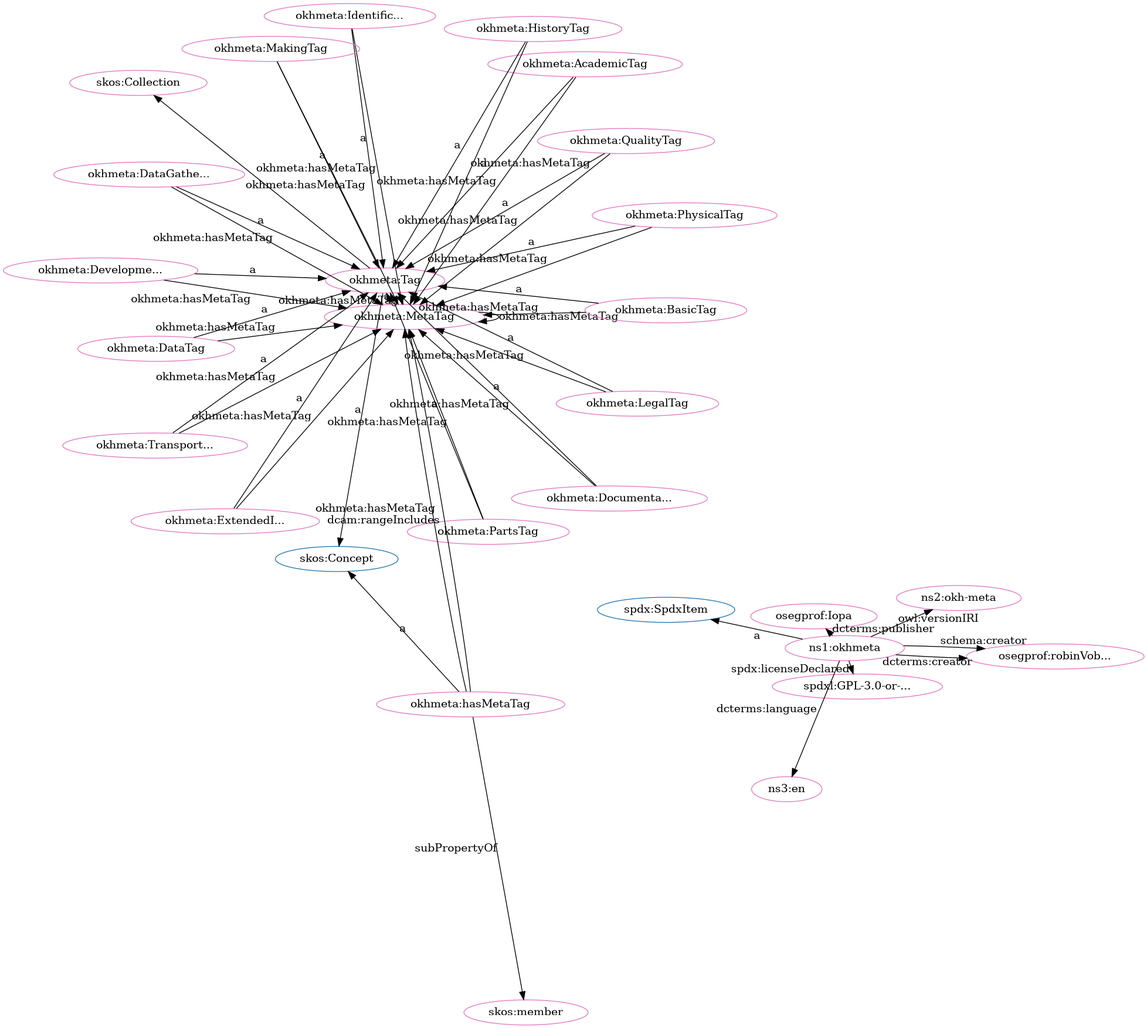
iop-alliance/OpenKnowHow keeps this Graphviz diagram as src/spec/fdp_okh-meta-clean.png. Above is the earlier version. Its source is kept beside it as src/spec/fdp_okh-meta-clean.dot.
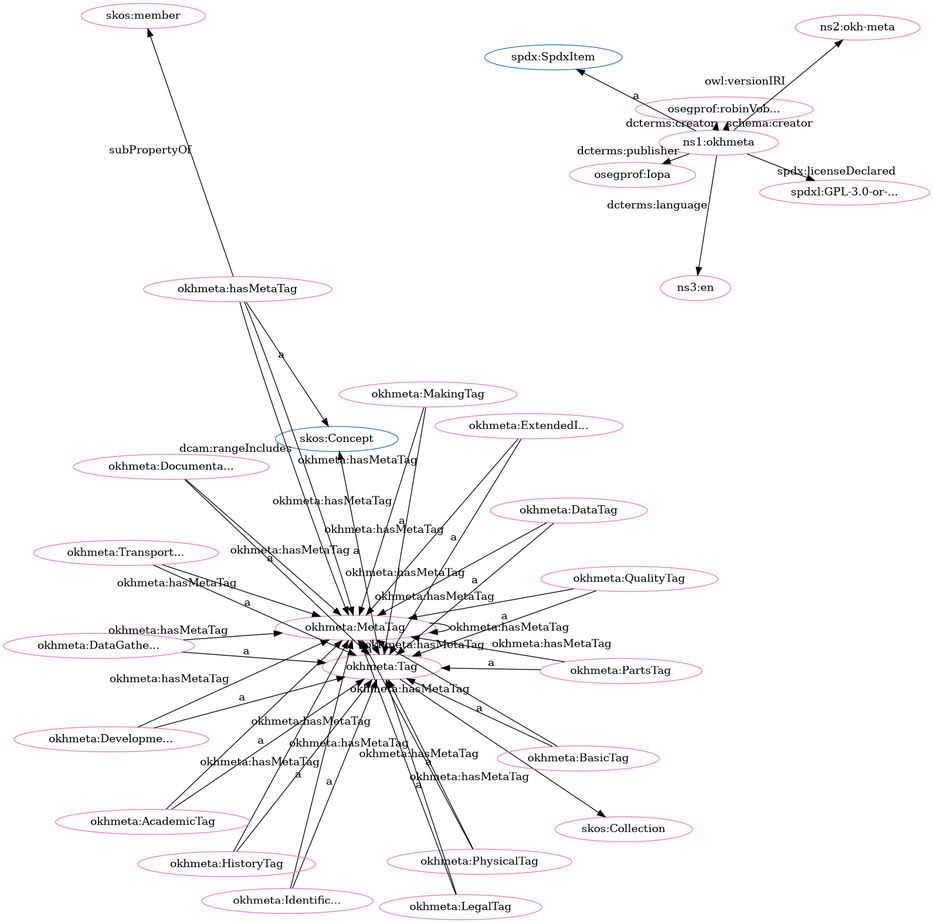
Above is the later version.

The edit, as a diff of the source:
```diff
@@ -1,80 +1,80 @@
 digraph G {
   rankdir=BT
   node[height=.3]
+"http://spdx.org/rdf/terms#SpdxItem" [fillcolor="#1f77b4" color="#1f77b4" label="spdx:SpdxItem"]
 "http://www.w3.org/2004/02/skos/core#Collection" [fillcolor="#1f77b4" color="#1f77b4" label="skos:Collection"]
 "http://w3id.org/oseg/ont/okhmeta#Tag" [fillcolor="#1f77b4" color="#1f77b4" label="okhmeta:Tag"]
-"http://spdx.org/rdf/terms#SpdxItem" [fillcolor="#1f77b4" color="#1f77b4" label="spdx:SpdxItem"]
 "http://www.w3.org/2004/02/skos/core#Concept" [fillcolor="#1f77b4" color="#1f77b4" label="skos:Concept"]
-"http://w3id.org/oseg/ont/okhmeta#Tag" [fillcolor="#e377c2" color="#e377c2" label="okhmeta:Tag"]
-"http://w3id.org/oseg/ont/okhmeta#PhysicalTag" [fillcolor="#e377c2" color="#e377c2" label="okhmeta:PhysicalTag"]
-"http://w3id.org/oseg/ont/okhmeta#MetaTag" [fillcolor="#e377c2" color="#e377c2" label="okhmeta:MetaTag"]
-"http://w3id.org/oseg/ont/okhmeta#DataTag" [fillcolor="#e377c2" color="#e377c2" label="okhmeta:DataTag"]
-"http://w3id.org/oseg/ont/okhmeta#DevelopmentTag" [fillcolor="#e377c2" color="#e377c2" label="okhmeta:Developme..."]
-"http://w3id.org/oseg/ont/okhmeta#IdentificationTag" [fillcolor="#e377c2" color="#e377c2" label="okhmeta:Identific..."]
-"http://w3id.org/oseg/ont/okhmeta#TransportationTag" [fillcolor="#e377c2" color="#e377c2" label="okhmeta:Transport..."]
-"http://www.w3.org/2004/02/skos/core#Collection" [fillcolor="#e377c2" color="#e377c2" label="skos:Collection"]
-"http://www.w3.org/2004/02/skos/core#member" [fillcolor="#e377c2" color="#e377c2" label="skos:member"]
+"http://w3id.org/oseg/ont/okhmeta#QualityTag" [fillcolor="#e377c2" color="#e377c2" label="okhmeta:QualityTag"]
 "http://w3id.org/oseg/ont/okhmeta#PartsTag" [fillcolor="#e377c2" color="#e377c2" label="okhmeta:PartsTag"]
 "http://spdx.org/licenses/GPL-3.0-or-later" [fillcolor="#e377c2" color="#e377c2" label="spdxl:GPL-3.0-or-..."]
+"http://w3id.org/oseg/ont/okhmeta#TransportationTag" [fillcolor="#e377c2" color="#e377c2" label="okhmeta:Transport..."]
+"http://w3id.org/oseg/ont/okhmeta#MetaTag" [fillcolor="#e377c2" color="#e377c2" label="okhmeta:MetaTag"]
+"http://w3id.org/oseg/ont/oseg-profiles#Iopa" [fillcolor="#e377c2" color="#e377c2" label="osegprof:Iopa"]
+"http://w3id.org/oseg/ont/okhmeta#IdentificationTag" [fillcolor="#e377c2" color="#e377c2" label="okhmeta:Identific..."]
+"http://w3id.org/oseg/ont/oseg-profiles#robinVobruba" [fillcolor="#e377c2" color="#e377c2" label="osegprof:robinVob..."]
+"http://w3id.org/oseg/ont/okhmeta#HistoryTag" [fillcolor="#e377c2" color="#e377c2" label="okhmeta:HistoryTag"]
+"http://w3id.org/oseg/ont/okhmeta#BasicTag" [fillcolor="#e377c2" color="#e377c2" label="okhmeta:BasicTag"]
+"http://w3id.org/oseg/ont/okhmeta" [fillcolor="#e377c2" color="#e377c2" label="ns1:okhmeta"]
+"http://w3id.org/oseg/ont/okhmeta#DataTag" [fillcolor="#e377c2" color="#e377c2" label="okhmeta:DataTag"]
+"http://www.w3.org/2004/02/skos/core#Collection" [fillcolor="#e377c2" color="#e377c2" label="skos:Collection"]
+"http://w3id.org/oseg/ont/okhmeta#DataGatheringTag" [fillcolor="#e377c2" color="#e377c2" label="okhmeta:DataGathe..."]
+"http://w3id.org/oseg/ont/okhmeta#MakingTag" [fillcolor="#e377c2" color="#e377c2" label="okhmeta:MakingTag"]
 "http://w3id.org/oseg/ont/okhmeta#hasMetaTag" [fillcolor="#e377c2" color="#e377c2" label="okhmeta:hasMetaTag"]
-"http://w3id.org/oseg/ont/okhmeta#QualityTag" [fillcolor="#e377c2" color="#e377c2" label="okhmeta:QualityTag"]
+"http://w3id.org/oseg/ont/okhmeta#ExtendedInfoTag" [fillcolor="#e377c2" color="#e377c2" label="okhmeta:ExtendedI..."]
+"http://w3id.org/oseg/ont/okhmeta#PhysicalTag" [fillcolor="#e377c2" color="#e377c2" label="okhmeta:PhysicalTag"]
+"http://w3id.org/oseg/ont/1.1.0/okh-meta" [fillcolor="#e377c2" color="#e377c2" label="ns2:okh-meta"]
+"http://w3id.org/oseg/ont/okhmeta#LegalTag" [fillcolor="#e377c2" color="#e377c2" label="okhmeta:LegalTag"]
+"http://w3id.org/oseg/ont/okhmeta#DevelopmentTag" [fillcolor="#e377c2" color="#e377c2" label="okhmeta:Developme..."]
+"http://www.w3.org/2004/02/skos/core#member" [fillcolor="#e377c2" color="#e377c2" label="skos:member"]
+"http://id.loc.gov/vocabulary/iso639-1/en" [fillcolor="#e377c2" color="#e377c2" label="ns3:en"]
 "http://w3id.org/oseg/ont/okhmeta#AcademicTag" [fillcolor="#e377c2" color="#e377c2" label="okhmeta:AcademicTag"]
-"http://w3id.org/oseg/ont/okhmeta" [fillcolor="#e377c2" color="#e377c2" label="ns1:okhmeta"]
 "http://w3id.org/oseg/ont/okhmeta#DocumentationTag" [fillcolor="#e377c2" color="#e377c2" label="okhmeta:Documenta..."]
-"http://w3id.org/oseg/ont/oseg-profiles#Iopa" [fillcolor="#e377c2" color="#e377c2" label="osegprof:Iopa"]
-"http://w3id.org/oseg/ont/okhmeta#HistoryTag" [fillcolor="#e377c2" color="#e377c2" label="okhmeta:HistoryTag"]
-"http://w3id.org/oseg/ont/okhmeta#LegalTag" [fillcolor="#e377c2" color="#e377c2" label="okhmeta:LegalTag"]
-"http://w3id.org/oseg/ont/okhmeta#DataGatheringTag" [fillcolor="#e377c2" color="#e377c2" label="okhmeta:DataGathe..."]
-"http://w3id.org/oseg/ont/oseg-profiles#robinVobruba" [fillcolor="#e377c2" color="#e377c2" label="osegprof:robinVob..."]
-"http://w3id.org/oseg/ont/okhmeta#BasicTag" [fillcolor="#e377c2" color="#e377c2" label="okhmeta:BasicTag"]
-"http://w3id.org/oseg/ont/okhmeta#MakingTag" [fillcolor="#e377c2" color="#e377c2" label="okhmeta:MakingTag"]
-"http://w3id.org/oseg/ont/okhmeta#ExtendedInfoTag" [fillcolor="#e377c2" color="#e377c2" label="okhmeta:ExtendedI..."]
-"http://w3id.org/oseg/ont/1.1.0/okh-meta" [fillcolor="#e377c2" color="#e377c2" label="ns2:okh-meta"]
-"http://id.loc.gov/vocabulary/iso639-1/en" [fillcolor="#e377c2" color="#e377c2" label="ns3:en"]
-  "http://w3id.org/oseg/ont/okhmeta#PhysicalTag" -> "http://w3id.org/oseg/ont/okhmeta#Tag" [label="a"]
-  "http://w3id.org/oseg/ont/okhmeta#DataTag" -> "http://w3id.org/oseg/ont/okhmeta#MetaTag" [label="okhmeta:hasMetaTag"]
-  "http://w3id.org/oseg/ont/okhmeta#DevelopmentTag" -> "http://w3id.org/oseg/ont/okhmeta#Tag" [label="a"]
-  "http://w3id.org/oseg/ont/okhmeta#IdentificationTag" -> "http://w3id.org/oseg/ont/okhmeta#MetaTag" [label="okhmeta:hasMetaTag"]
-  "http://w3id.org/oseg/ont/okhmeta#hasMetaTag" -> "http://www.w3.org/2004/02/skos/core#member" [label="subPropertyOf"]
-  "http://w3id.org/oseg/ont/okhmeta#DataGatheringTag" -> "http://w3id.org/oseg/ont/okhmeta#MetaTag" [label="okhmeta:hasMetaTag"]
-  "http://w3id.org/oseg/ont/okhmeta#QualityTag" -> "http://w3id.org/oseg/ont/okhmeta#MetaTag" [label="okhmeta:hasMetaTag"]
-  "http://w3id.org/oseg/ont/okhmeta#Tag" -> "http://w3id.org/oseg/ont/okhmeta#MetaTag" [label="okhmeta:hasMetaTag"]
-  "http://w3id.org/oseg/ont/okhmeta#AcademicTag" -> "http://w3id.org/oseg/ont/okhmeta#Tag" [label="a"]
-  "http://w3id.org/oseg/ont/okhmeta#BasicTag" -> "http://w3id.org/oseg/ont/okhmeta#MetaTag" [label="okhmeta:hasMetaTag"]
-  "http://w3id.org/oseg/ont/okhmeta#DocumentationTag" -> "http://w3id.org/oseg/ont/okhmeta#MetaTag" [label="okhmeta:hasMetaTag"]
-  "http://w3id.org/oseg/ont/okhmeta#MakingTag" -> "http://w3id.org/oseg/ont/okhmeta#MetaTag" [label="okhmeta:hasMetaTag"]
-  "http://w3id.org/oseg/ont/okhmeta" -> "http://spdx.org/rdf/terms#SpdxItem" [label="a"]
-  "http://w3id.org/oseg/ont/okhmeta#DataGatheringTag" -> "http://w3id.org/oseg/ont/okhmeta#Tag" [label="a"]
-  "http://w3id.org/oseg/ont/okhmeta" -> "http://w3id.org/oseg/ont/oseg-profiles#robinVobruba" [label="schema:creator"]
-  "http://w3id.org/oseg/ont/okhmeta#PartsTag" -> "http://w3id.org/oseg/ont/okhmeta#MetaTag" [label="okhmeta:hasMetaTag"]
-  "http://w3id.org/oseg/ont/okhmeta#hasMetaTag" -> "http://www.w3.org/2004/02/skos/core#Concept" [label="a"]
-  "http://w3id.org/oseg/ont/okhmeta#BasicTag" -> "http://w3id.org/oseg/ont/okhmeta#Tag" [label="a"]
-  "http://w3id.org/oseg/ont/okhmeta#MakingTag" -> "http://w3id.org/oseg/ont/okhmeta#Tag" [label="a"]
-  "http://w3id.org/oseg/ont/okhmeta" -> "http://w3id.org/oseg/ont/1.1.0/okh-meta" [label="owl:versionIRI"]
-  "http://w3id.org/oseg/ont/okhmeta#hasMetaTag" -> "http://w3id.org/oseg/ont/okhmeta#MetaTag" [label="okhmeta:hasMetaTag"]
-  "http://w3id.org/oseg/ont/okhmeta#HistoryTag" -> "http://w3id.org/oseg/ont/okhmeta#MetaTag" [label="okhmeta:hasMetaTag"]
-  "http://w3id.org/oseg/ont/okhmeta#Tag" -> "http://www.w3.org/2004/02/skos/core#Concept" [label="a"]
-  "http://w3id.org/oseg/ont/okhmeta#PhysicalTag" -> "http://w3id.org/oseg/ont/okhmeta#MetaTag" [label="okhmeta:hasMetaTag"]
-  "http://w3id.org/oseg/ont/okhmeta#DataTag" -> "http://w3id.org/oseg/ont/okhmeta#Tag" [label="a"]
-  "http://w3id.org/oseg/ont/okhmeta#IdentificationTag" -> "http://w3id.org/oseg/ont/okhmeta#Tag" [label="a"]
-  "http://w3id.org/oseg/ont/okhmeta#TransportationTag" -> "http://w3id.org/oseg/ont/okhmeta#Tag" [label="a"]
-  "http://w3id.org/oseg/ont/okhmeta#Tag" -> "http://www.w3.org/2004/02/skos/core#Collection" [label=""]
+"http://w3id.org/oseg/ont/okhmeta#Tag" [fillcolor="#e377c2" color="#e377c2" label="okhmeta:Tag"]
   "http://w3id.org/oseg/ont/okhmeta#PartsTag" -> "http://w3id.org/oseg/ont/okhmeta#Tag" [label="a"]
   "http://w3id.org/oseg/ont/okhmeta" -> "http://spdx.org/licenses/GPL-3.0-or-later" [label="spdx:licenseDeclared"]
+  "http://w3id.org/oseg/ont/okhmeta#IdentificationTag" -> "http://w3id.org/oseg/ont/okhmeta#MetaTag" [label="okhmeta:hasMetaTag"]
+  "http://w3id.org/oseg/ont/okhmeta#HistoryTag" -> "http://w3id.org/oseg/ont/okhmeta#MetaTag" [label="okhmeta:hasMetaTag"]
+  "http://w3id.org/oseg/ont/okhmeta" -> "http://w3id.org/oseg/ont/oseg-profiles#Iopa" [label="dcterms:publisher"]
+  "http://w3id.org/oseg/ont/okhmeta#AcademicTag" -> "http://w3id.org/oseg/ont/okhmeta#MetaTag" [label="okhmeta:hasMetaTag"]
+  "http://w3id.org/oseg/ont/okhmeta#IdentificationTag" -> "http://w3id.org/oseg/ont/okhmeta#Tag" [label="a"]
+  "http://w3id.org/oseg/ont/okhmeta#HistoryTag" -> "http://w3id.org/oseg/ont/okhmeta#Tag" [label="a"]
+  "http://w3id.org/oseg/ont/okhmeta#DocumentationTag" -> "http://w3id.org/oseg/ont/okhmeta#MetaTag" [label="okhmeta:hasMetaTag"]
+  "http://w3id.org/oseg/ont/okhmeta#hasMetaTag" -> "http://w3id.org/oseg/ont/okhmeta#MetaTag" [label="okhmeta:hasMetaTag"]
+  "http://w3id.org/oseg/ont/okhmeta#hasMetaTag" -> "http://w3id.org/oseg/ont/okhmeta#MetaTag" [label="dcam:rangeIncludes"]
+  "http://w3id.org/oseg/ont/okhmeta#LegalTag" -> "http://w3id.org/oseg/ont/okhmeta#MetaTag" [label="okhmeta:hasMetaTag"]
+  "http://w3id.org/oseg/ont/okhmeta#DevelopmentTag" -> "http://w3id.org/oseg/ont/okhmeta#MetaTag" [label="okhmeta:hasMetaTag"]
+  "http://w3id.org/oseg/ont/okhmeta#LegalTag" -> "http://w3id.org/oseg/ont/okhmeta#Tag" [label="a"]
+  "http://w3id.org/oseg/ont/okhmeta#DevelopmentTag" -> "http://w3id.org/oseg/ont/okhmeta#Tag" [label="a"]
+  "http://w3id.org/oseg/ont/okhmeta#hasMetaTag" -> "http://www.w3.org/2004/02/skos/core#member" [label="subPropertyOf"]
+  "http://w3id.org/oseg/ont/okhmeta" -> "http://spdx.org/rdf/terms#SpdxItem" [label="a"]
+  "http://w3id.org/oseg/ont/okhmeta#Tag" -> "http://www.w3.org/2004/02/skos/core#Concept" [label="a"]
+  "http://w3id.org/oseg/ont/okhmeta#QualityTag" -> "http://w3id.org/oseg/ont/okhmeta#MetaTag" [label="okhmeta:hasMetaTag"]
+  "http://w3id.org/oseg/ont/okhmeta#TransportationTag" -> "http://w3id.org/oseg/ont/okhmeta#MetaTag" [label="okhmeta:hasMetaTag"]
   "http://w3id.org/oseg/ont/okhmeta#QualityTag" -> "http://w3id.org/oseg/ont/okhmeta#Tag" [label="a"]
-  "http://w3id.org/oseg/ont/okhmeta#hasMetaTag" -> "http://w3id.org/oseg/ont/okhmeta#MetaTag" [label="dcam:rangeIncludes"]
+  "http://w3id.org/oseg/ont/okhmeta#TransportationTag" -> "http://w3id.org/oseg/ont/okhmeta#Tag" [label="a"]
+  "http://w3id.org/oseg/ont/okhmeta" -> "http://w3id.org/oseg/ont/oseg-profiles#robinVobruba" [label="dcterms:creator"]
+  "http://w3id.org/oseg/ont/okhmeta#BasicTag" -> "http://w3id.org/oseg/ont/okhmeta#Tag" [label="a"]
+  "http://w3id.org/oseg/ont/okhmeta#DataTag" -> "http://w3id.org/oseg/ont/okhmeta#MetaTag" [label="okhmeta:hasMetaTag"]
+  "http://w3id.org/oseg/ont/okhmeta#DataTag" -> "http://w3id.org/oseg/ont/okhmeta#Tag" [label="a"]
+  "http://w3id.org/oseg/ont/okhmeta#Tag" -> "http://www.w3.org/2004/02/skos/core#Collection" [label=""]
+  "http://w3id.org/oseg/ont/okhmeta#MetaTag" -> "http://w3id.org/oseg/ont/okhmeta#MetaTag" [label="okhmeta:hasMetaTag"]
+  "http://w3id.org/oseg/ont/okhmeta#DataGatheringTag" -> "http://w3id.org/oseg/ont/okhmeta#Tag" [label="a"]
+  "http://w3id.org/oseg/ont/okhmeta#ExtendedInfoTag" -> "http://w3id.org/oseg/ont/okhmeta#MetaTag" [label="okhmeta:hasMetaTag"]
+  "http://w3id.org/oseg/ont/okhmeta" -> "http://w3id.org/oseg/ont/oseg-profiles#robinVobruba" [label="schema:creator"]
+  "http://w3id.org/oseg/ont/okhmeta#MakingTag" -> "http://w3id.org/oseg/ont/okhmeta#Tag" [label="a"]
+  "http://w3id.org/oseg/ont/okhmeta#MetaTag" -> "http://w3id.org/oseg/ont/okhmeta#Tag" [label="a"]
+  "http://w3id.org/oseg/ont/okhmeta#hasMetaTag" -> "http://www.w3.org/2004/02/skos/core#Concept" [label="a"]
+  "http://w3id.org/oseg/ont/okhmeta#ExtendedInfoTag" -> "http://w3id.org/oseg/ont/okhmeta#Tag" [label="a"]
+  "http://w3id.org/oseg/ont/okhmeta#PhysicalTag" -> "http://w3id.org/oseg/ont/okhmeta#Tag" [label="a"]
+  "http://w3id.org/oseg/ont/okhmeta" -> "http://w3id.org/oseg/ont/1.1.0/okh-meta" [label="owl:versionIRI"]
+  "http://w3id.org/oseg/ont/okhmeta#Tag" -> "http://w3id.org/oseg/ont/okhmeta#MetaTag" [label="okhmeta:hasMetaTag"]
+  "http://w3id.org/oseg/ont/okhmeta#BasicTag" -> "http://w3id.org/oseg/ont/okhmeta#MetaTag" [label="okhmeta:hasMetaTag"]
+  "http://w3id.org/oseg/ont/okhmeta" -> "http://id.loc.gov/vocabulary/iso639-1/en" [label="dcterms:language"]
+  "http://w3id.org/oseg/ont/okhmeta#DataGatheringTag" -> "http://w3id.org/oseg/ont/okhmeta#MetaTag" [label="okhmeta:hasMetaTag"]
+  "http://w3id.org/oseg/ont/okhmeta#AcademicTag" -> "http://w3id.org/oseg/ont/okhmeta#Tag" [label="a"]
   "http://w3id.org/oseg/ont/okhmeta#DocumentationTag" -> "http://w3id.org/oseg/ont/okhmeta#Tag" [label="a"]
-  "http://w3id.org/oseg/ont/okhmeta#HistoryTag" -> "http://w3id.org/oseg/ont/okhmeta#Tag" [label="a"]
-  "http://w3id.org/oseg/ont/okhmeta#LegalTag" -> "http://w3id.org/oseg/ont/okhmeta#Tag" [label="a"]
-  "http://w3id.org/oseg/ont/okhmeta#ExtendedInfoTag" -> "http://w3id.org/oseg/ont/okhmeta#MetaTag" [label="okhmeta:hasMetaTag"]
-  "http://w3id.org/oseg/ont/okhmeta#MetaTag" -> "http://w3id.org/oseg/ont/okhmeta#MetaTag" [label="okhmeta:hasMetaTag"]
-  "http://w3id.org/oseg/ont/okhmeta#LegalTag" -> "http://w3id.org/oseg/ont/okhmeta#MetaTag" [label="okhmeta:hasMetaTag"]
-  "http://w3id.org/oseg/ont/okhmeta" -> "http://w3id.org/oseg/ont/oseg-profiles#robinVobruba" [label="dcterms:creator"]
-  "http://w3id.org/oseg/ont/okhmeta#TransportationTag" -> "http://w3id.org/oseg/ont/okhmeta#MetaTag" [label="okhmeta:hasMetaTag"]
-  "http://w3id.org/oseg/ont/okhmeta#DevelopmentTag" -> "http://w3id.org/oseg/ont/okhmeta#MetaTag" [label="okhmeta:hasMetaTag"]
-  "http://w3id.org/oseg/ont/okhmeta#AcademicTag" -> "http://w3id.org/oseg/ont/okhmeta#MetaTag" [label="okhmeta:hasMetaTag"]
-  "http://w3id.org/oseg/ont/okhmeta#ExtendedInfoTag" -> "http://w3id.org/oseg/ont/okhmeta#Tag" [label="a"]
-  "http://w3id.org/oseg/ont/okhmeta#MetaTag" -> "http://w3id.org/oseg/ont/okhmeta#Tag" [label="a"]
-  "http://w3id.org/oseg/ont/okhmeta" -> "http://id.loc.gov/vocabulary/iso639-1/en" [label="dcterms:language"]
-  "http://w3id.org/oseg/ont/okhmeta" -> "http://w3id.org/oseg/ont/oseg-profiles#Iopa" [label="dcterms:publisher"]
+  "http://w3id.org/oseg/ont/okhmeta#MakingTag" -> "http://w3id.org/oseg/ont/okhmeta#MetaTag" [label="okhmeta:hasMetaTag"]
+  "http://w3id.org/oseg/ont/okhmeta#PhysicalTag" -> "http://w3id.org/oseg/ont/okhmeta#MetaTag" [label="okhmeta:hasMetaTag"]
+  "http://w3id.org/oseg/ont/okhmeta#PartsTag" -> "http://w3id.org/oseg/ont/okhmeta#MetaTag" [label="okhmeta:hasMetaTag"]
 }
```
